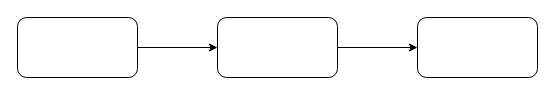
The draw.io diagram draw-test.drawio in ZLQing/draw, before the edit. Source tidied: cells renumbered, new cells numbered last; positions are measured from the earlier drawing's top-left corner, leaving out a move shared by most shapes. Both pictures are drawn from the tidied source at 100%, with x=0, y=0 at pixel (17, 17).
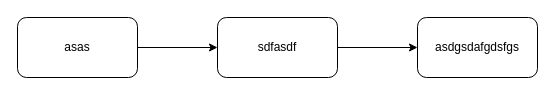
The same page after the edit.

What changed in the source:
```diff
@@
 <mxGraphModel>
   <root>
     <mxCell id="0" />
     <mxCell id="1" parent="0" />
     <mxCell id="2" style="edgeStyle=orthogonalEdgeStyle;rounded=0;jettySize=auto;html=1;" parent="1" edge="1" source="3" target="5">
       <mxGeometry relative="1" as="geometry" />
     </mxCell>
-    <mxCell id="3" style="rounded=1;whiteSpace=wrap;html=1;" parent="1" vertex="1">
+    <mxCell id="3" value="asas" style="rounded=1;whiteSpace=wrap;html=1;" parent="1" vertex="1">
       <mxGeometry width="120" height="60" as="geometry" />
     </mxCell>
     <mxCell id="4" style="edgeStyle=orthogonalEdgeStyle;rounded=0;jettySize=auto;html=1;" parent="1" edge="1" source="5" target="6">
       <mxGeometry relative="1" as="geometry" />
     </mxCell>
-    <mxCell id="5" style="rounded=1;whiteSpace=wrap;html=1;" parent="1" vertex="1">
+    <mxCell id="5" value="sdfasdf" style="rounded=1;whiteSpace=wrap;html=1;" parent="1" vertex="1">
       <mxGeometry x="200" width="120" height="60" as="geometry" />
     </mxCell>
-    <mxCell id="6" style="rounded=1;whiteSpace=wrap;html=1;" parent="1" vertex="1">
+    <mxCell id="6" value="asdgsdafgdsfgs" style="rounded=1;whiteSpace=wrap;html=1;" parent="1" vertex="1">
       <mxGeometry x="400" width="120" height="60" as="geometry" />
     </mxCell>
   </root>
 </mxGraphModel>
```
